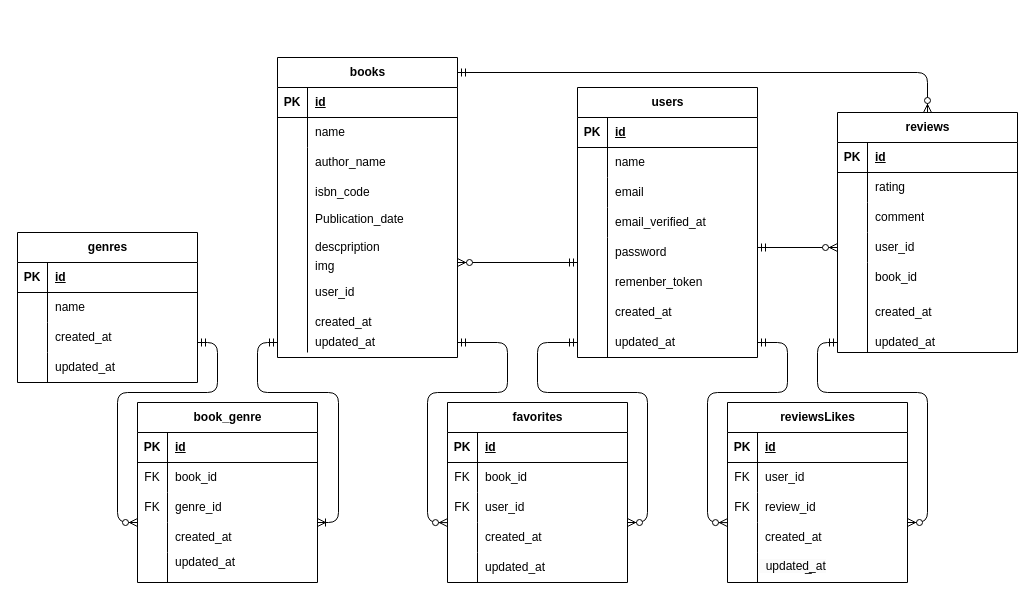
The draw.io diagram ER.drawio in nara773work/BookShelf, before the edit. Source tidied: cells renumbered, new cells numbered last; positions are measured from the earlier drawing's top-left corner, leaving out a move shared by most shapes. Both pictures are drawn from the tidied source at 100%, with x=0, y=0 at pixel (17, 17).
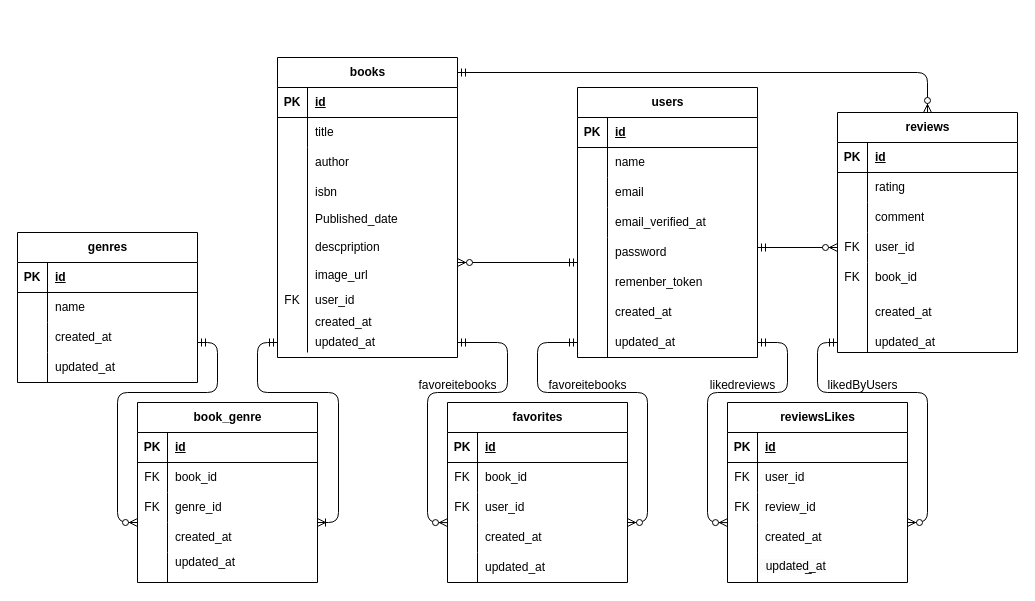
The same page after the edit.

The change refers to these unchanged cells:
```xml
<mxCell id="22" style="group;" parent="1" vertex="1">
  <mxGeometry x="260" width="250" height="340" as="geometry" />
</mxCell>
<mxCell id="28" style="shape=tableRow;horizontal=0;startSize=0;swimlaneHead=0;swimlaneBody=0;fillColor=none;top=0;left=0;right=0;bottom=0;" parent="24" vertex="1">
  <mxGeometry y="60" width="180" height="30" as="geometry" />
</mxCell>
<mxCell id="31" style="shape=tableRow;horizontal=0;startSize=0;swimlaneHead=0;swimlaneBody=0;fillColor=none;top=0;left=0;right=0;bottom=0;" parent="24" vertex="1">
  <mxGeometry y="90" width="180" height="30" as="geometry" />
</mxCell>
<mxCell id="34" style="shape=tableRow;horizontal=0;startSize=0;swimlaneHead=0;swimlaneBody=0;fillColor=none;top=0;left=0;right=0;bottom=0;" parent="24" vertex="1">
  <mxGeometry y="120" width="180" height="30" as="geometry" />
</mxCell>
<mxCell id="118" style="group;" parent="1" vertex="1">
  <mxGeometry x="820" y="95" width="180" height="250" as="geometry" />
</mxCell>
<mxCell id="129" style="shape=tableRow;horizontal=0;startSize=0;swimlaneHead=0;swimlaneBody=0;fillColor=none;points=[[0,0.5],[1,0.5]];portConstraint=eastwest;top=0;left=0;right=0;bottom=0;" parent="119" vertex="1">
  <mxGeometry y="120" width="180" height="30" as="geometry" />
</mxCell>
```

Diff of the diagram source:
```diff
@@
     <mxCell id="23" style="group;" parent="22" vertex="1">
-      <mxGeometry y="40" width="180" height="300" as="geometry" />
+      <mxGeometry y="40" width="188.5" height="300" as="geometry" />
     </mxCell>
@@
-    <mxCell id="30" value="name" style="shape=partialRectangle;fillColor=none;top=0;left=0;bottom=0;right=0;align=left;spacingLeft=6;overflow=hidden;whiteSpace=wrap;html=1;" parent="28" vertex="1">
+    <mxCell id="30" value="title" style="shape=partialRectangle;fillColor=none;top=0;left=0;bottom=0;right=0;align=left;spacingLeft=6;overflow=hidden;whiteSpace=wrap;html=1;" parent="28" vertex="1">
       <mxGeometry x="30" width="150" height="30" as="geometry" />
     </mxCell>
@@
-    <mxCell id="33" value="author_name" style="shape=partialRectangle;fillColor=none;top=0;left=0;bottom=0;right=0;align=left;spacingLeft=6;overflow=hidden;whiteSpace=wrap;html=1;" parent="31" vertex="1">
+    <mxCell id="33" value="author" style="shape=partialRectangle;fillColor=none;top=0;left=0;bottom=0;right=0;align=left;spacingLeft=6;overflow=hidden;whiteSpace=wrap;html=1;" parent="31" vertex="1">
       <mxGeometry x="30" width="150" height="30" as="geometry" />
     </mxCell>
@@
-    <mxCell id="36" value="isbn_code" style="shape=partialRectangle;fillColor=none;top=0;left=0;bottom=0;right=0;align=left;spacingLeft=6;overflow=hidden;whiteSpace=wrap;html=1;" parent="34" vertex="1">
+    <mxCell id="36" value="isbn" style="shape=partialRectangle;fillColor=none;top=0;left=0;bottom=0;right=0;align=left;spacingLeft=6;overflow=hidden;whiteSpace=wrap;html=1;" parent="34" vertex="1">
       <mxGeometry x="30" width="150" height="30" as="geometry" />
     </mxCell>
@@
-    <mxCell id="41" value="Publication_date" style="shape=partialRectangle;fillColor=none;top=0;left=0;bottom=0;right=0;align=left;spacingLeft=6;overflow=hidden;whiteSpace=wrap;html=1;" parent="23" vertex="1">
+    <mxCell id="41" value="Published_date" style="shape=partialRectangle;fillColor=none;top=0;left=0;bottom=0;right=0;align=left;spacingLeft=6;overflow=hidden;whiteSpace=wrap;html=1;" parent="23" vertex="1">
       <mxGeometry x="30" y="150" width="150" height="23.9" as="geometry" />
     </mxCell>
-    <mxCell id="42" value="img" style="shape=partialRectangle;fillColor=none;top=0;left=0;bottom=0;right=0;align=left;spacingLeft=6;overflow=hidden;whiteSpace=wrap;html=1;" parent="23" vertex="1">
-      <mxGeometry x="30" y="190" width="150" height="37.7" as="geometry" />
+    <mxCell id="42" value="image_url" style="shape=partialRectangle;fillColor=none;top=0;left=0;bottom=0;right=0;align=left;spacingLeft=6;overflow=hidden;whiteSpace=wrap;html=1;" parent="23" vertex="1">
+      <mxGeometry x="30" y="205" width="150" height="25" as="geometry" />
     </mxCell>
     <mxCell id="43" value="user_id" style="shape=partialRectangle;fillColor=none;top=0;left=0;bottom=0;right=0;align=left;spacingLeft=6;overflow=hidden;whiteSpace=wrap;html=1;" parent="23" vertex="1">
-      <mxGeometry x="30" y="215" width="150" height="39.6" as="geometry" />
+      <mxGeometry x="30" y="230" width="150" height="25" as="geometry" />
     </mxCell>
+    <mxCell id="138" value="FK" style="shape=partialRectangle;fillColor=none;top=0;left=0;bottom=0;right=0;overflow=hidden;whiteSpace=wrap;html=1;" parent="23" vertex="1">
+      <mxGeometry y="227.5" width="30" height="30" as="geometry" />
+    </mxCell>
@@
-    <mxCell id="130" style="shape=partialRectangle;fillColor=none;top=0;left=0;bottom=0;right=0;overflow=hidden;whiteSpace=wrap;html=1;" parent="129" vertex="1">
+    <mxCell id="130" value="FK" style="shape=partialRectangle;fillColor=none;top=0;left=0;bottom=0;right=0;overflow=hidden;whiteSpace=wrap;html=1;" parent="129" vertex="1">
       <mxGeometry width="30" height="30" as="geometry" />
     </mxCell>
@@
+    <mxCell id="139" value="FK" style="shape=partialRectangle;fillColor=none;top=0;left=0;bottom=0;right=0;overflow=hidden;whiteSpace=wrap;html=1;" parent="118" vertex="1">
+      <mxGeometry y="150" width="30" height="30" as="geometry" />
+    </mxCell>
@@
+    <mxCell id="140" value="favoreitebooks" style="text;html=1;align=center;verticalAlign=middle;strokeColor=none;fillColor=none;" parent="1" vertex="1">
+      <mxGeometry x="390" y="353" width="100" height="30" as="geometry" />
+    </mxCell>
+    <mxCell id="141" value="likedByUsers" style="text;html=1;align=center;verticalAlign=middle;strokeColor=none;fillColor=none;" parent="1" vertex="1">
+      <mxGeometry x="800" y="353" width="90" height="30" as="geometry" />
+    </mxCell>
+    <mxCell id="142" value="likedreviews" style="text;html=1;align=center;verticalAlign=middle;strokeColor=none;fillColor=none;" parent="1" vertex="1">
+      <mxGeometry x="680" y="353" width="90" height="30" as="geometry" />
+    </mxCell>
+    <mxCell id="143" value="favoreitebooks" style="text;html=1;align=center;verticalAlign=middle;strokeColor=none;fillColor=none;" parent="1" vertex="1">
+      <mxGeometry x="520" y="353" width="100" height="30" as="geometry" />
+    </mxCell>
```
